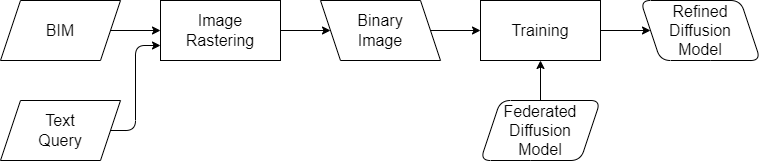
AI4SC/bim-diffusion-models keeps this draw.io diagram as images/refined_binary_model_train.drawio.png. Above is the earlier version. Source tidied: cells renumbered, new cells last; positions are measured from the earlier drawing's top-left corner, leaving out a move shared by most shapes.
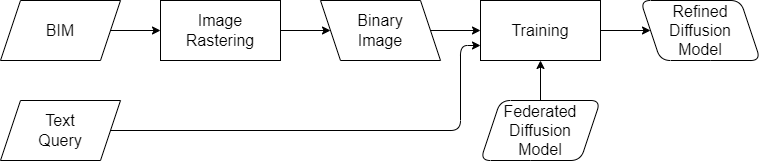
After the change.

Change to the diagram source:
```diff
@@ -2,8 +2,12 @@
   <root>
     <mxCell id="0" />
     <mxCell id="1" parent="0" />
-    <mxCell id="2" style="edgeStyle=elbowEdgeStyle;html=1;exitX=1;exitY=0.5;exitDx=0;exitDy=0;entryX=0;entryY=0.75;entryDx=0;entryDy=0;fontSize=16;" parent="1" edge="1" source="3" target="5">
-      <mxGeometry relative="1" as="geometry" />
+    <mxCell id="2" style="edgeStyle=elbowEdgeStyle;html=1;exitX=1;exitY=0.5;exitDx=0;exitDy=0;entryX=0;entryY=0.75;entryDx=0;entryDy=0;fontSize=16;" parent="1" edge="1" source="3" target="7">
+      <mxGeometry relative="1" as="geometry">
+        <Array as="points">
+          <mxPoint x="460" y="80" />
+        </Array>
+      </mxGeometry>
     </mxCell>
     <mxCell id="3" value="Text&lt;br style=&quot;font-size: 16px;&quot;&gt;Query" style="shape=parallelogram;perimeter=parallelogramPerimeter;whiteSpace=wrap;html=1;fixedSize=1;fontSize=16;" parent="1" vertex="1">
       <mxGeometry y="100" width="120" height="60" as="geometry" />
```
